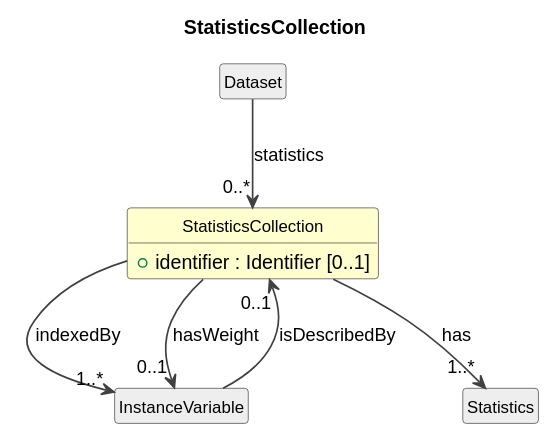
This is cdif-uml-model/CDIFDataDescription/Classes/StatisticsCollection.svg from Cross-Domain-Interoperability-Framework/metadataBuildingBlocks, a PlantUML export, as it was before one commit.
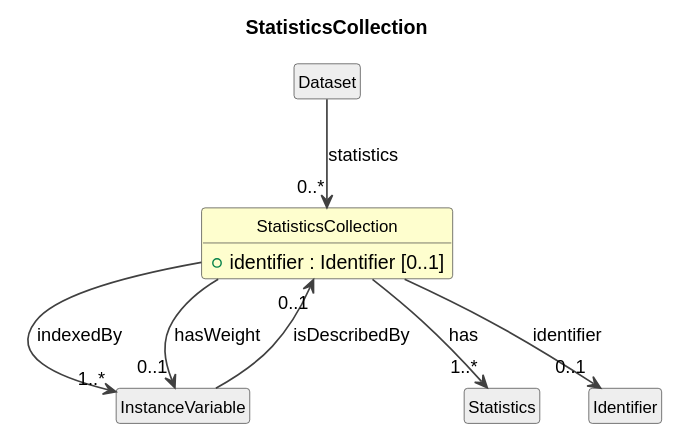
After the change.

The edit, as a diff of the source:
```diff
@@ -21,4 +21,6 @@
 StatisticsCollection --> "0..1" InstanceVariable : hasWeight
 class "Dataset" as Dataset #EEEEEE
 Dataset --> "0..*" StatisticsCollection : statistics
+class "Identifier" as Identifier #EEEEEE
+StatisticsCollection --> "0..1" Identifier : identifier
 @enduml
```
